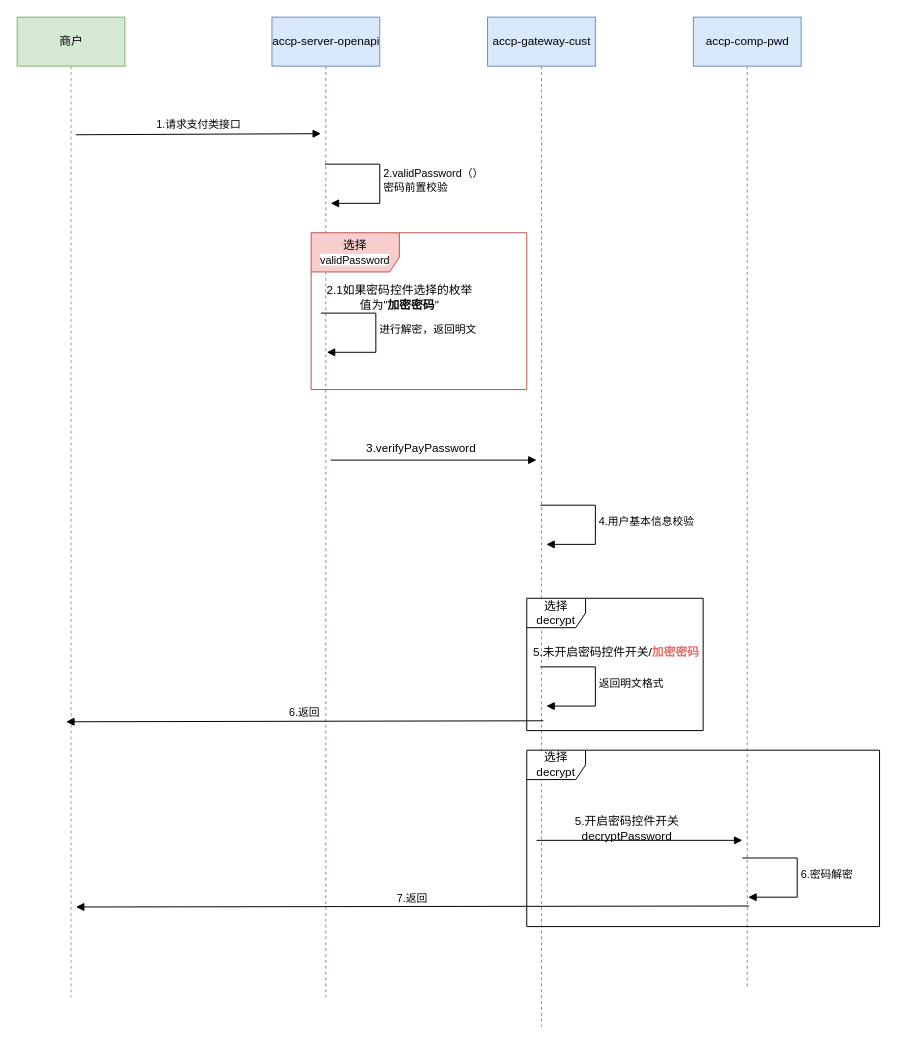
lgaBug/drawio keeps this draw.io diagram as page "优化密码加密" (2 of 3) of accp.drawio. Above is the earlier version. Source tidied: cells renumbered, new cells numbered last; positions are measured from the earlier drawing's top-left corner, leaving out a move shared by most shapes. Both pictures are drawn from the tidied source at 98%, with x=0, y=0 at pixel (17, 17).
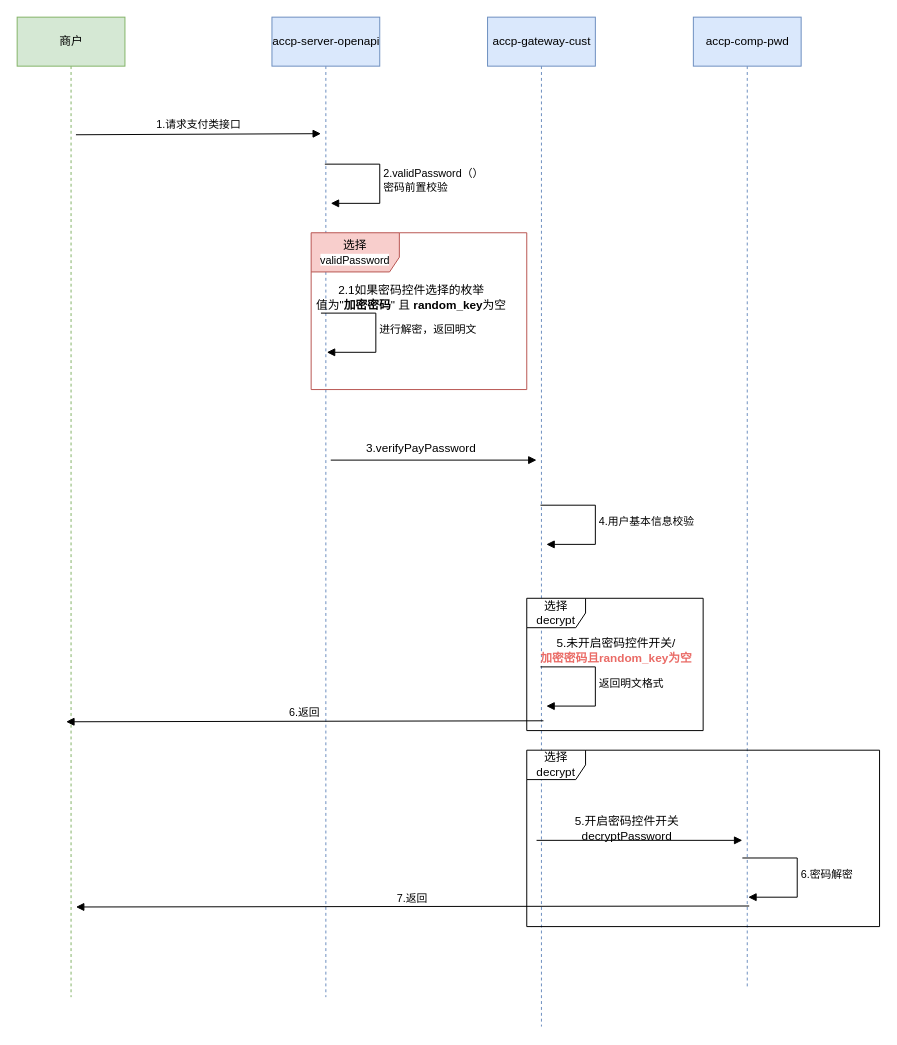
Above is the later version.

Commit message:
更新加密密码兼容逻辑

The edit, as a diff of the source:
```diff
@@
-    <mxCell id="17" value="5.未开启密码控件开关/&lt;b&gt;&lt;font color=&quot;#ea6b66&quot;&gt;加密密码&lt;/font&gt;&lt;/b&gt;" style="text;html=1;align=center;verticalAlign=middle;strokeColor=none;fillColor=none;" parent="1" vertex="1">
-      <mxGeometry x="521" y="638" width="180" height="20" as="geometry" />
+    <mxCell id="17" value="5.未开启密码控件开关/&lt;br&gt;&lt;b&gt;&lt;font color=&quot;#ea6b66&quot;&gt;加密密码且random_key为空&lt;/font&gt;&lt;/b&gt;" style="text;html=1;align=center;verticalAlign=middle;strokeColor=none;fillColor=none;" parent="1" vertex="1">
+      <mxGeometry x="526" y="631" width="170" height="30" as="geometry" />
     </mxCell>
@@
-    <mxCell id="26" value="2.1如果密码控件选择的枚举&lt;br&gt;值为&quot;&lt;b&gt;加密密码&lt;/b&gt;&quot;" style="text;html=1;align=center;verticalAlign=middle;strokeColor=none;fillColor=none;" parent="1" vertex="1">
-      <mxGeometry x="310" y="271" width="160" height="30" as="geometry" />
+    <mxCell id="26" value="2.1如果密码控件选择的枚举&lt;br&gt;值为&quot;&lt;b&gt;加密密码&lt;/b&gt;&quot; 且 &lt;b&gt;random_key&lt;/b&gt;为空" style="text;html=1;align=center;verticalAlign=middle;strokeColor=none;fillColor=none;" parent="1" vertex="1">
+      <mxGeometry x="297" y="271" width="210" height="30" as="geometry" />
     </mxCell>
```
